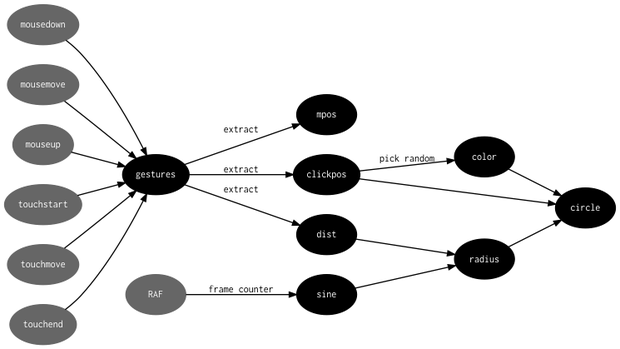
The Graphviz diagram assets/rs-dflow.png in thi-ng/umbrella, before a commit. Its source is kept beside it as assets/rs-dflow.dot.
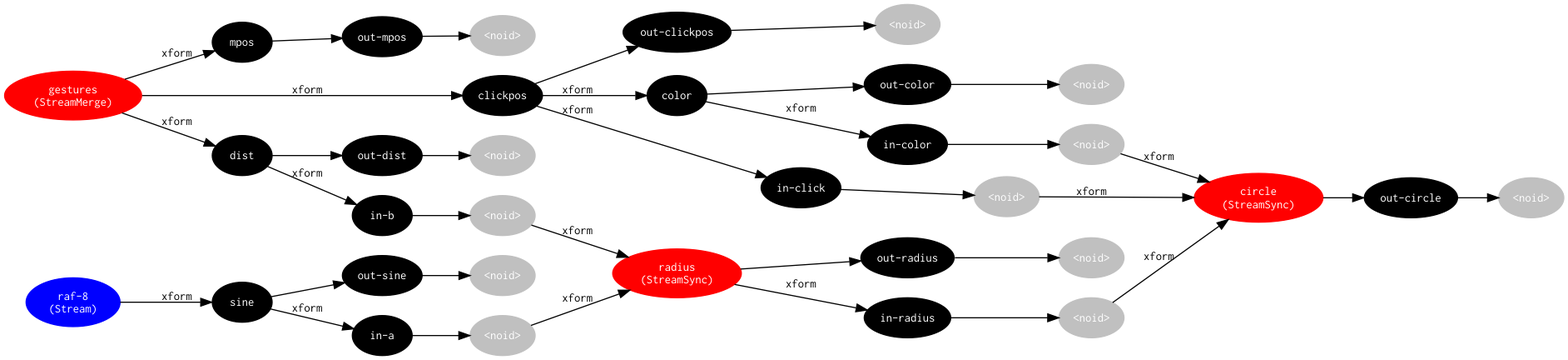
Later version of the same file.

Commit message:
docs(examples): update rs-dlow diagram & readme

Diff of the diagram source:
```diff
@@ -1,36 +1,72 @@
 digraph g {
-
-    rankdir=LR;
-    node[fontname=Inconsolata,fontsize=9,fontcolor=white,style=filled,color=black];
-    edge[fontname=Inconsolata,fontsize=9,arrowsize=0.66];
-
-    mousedown -> gestures;
-    mousemove -> gestures;
-    mouseup -> gestures;
-    touchstart -> gestures;
-    touchmove -> gestures;
-    touchend -> gestures;
-
-    gestures -> mpos[label=extract];
-    gestures -> clickpos[label=extract];
-    gestures -> dist[label=extract];
-
-    clickpos -> color[label="pick random"];
-
-    clickpos -> circle;
-    radius -> circle;
-    color -> circle;
-
-    RAF -> sine[label="frame counter"];
-
-    sine -> radius;
-    dist -> radius;
-
-    mousedown[color="#666666"];
-    mousemove[color="#666666"];
-    mouseup[color="#666666"];
-    touchstart[color="#666666"];
-    touchmove[color="#666666"];
-    touchend[color="#666666"];
-    RAF[color="#666666"];
+rankdir=LR;
+node[fontname=Inconsolata,fontsize=11,style=filled,fontcolor=white];
+edge[fontname=Inconsolata,fontsize=11];
+s0[label="gestures\n(StreamMerge)", color=red];
+s1[label="mpos", color=black];
+s2[label="out-mpos", color=black];
+s3[label="<noid>", color=gray];
+s4[label="clickpos", color=black];
+s5[label="out-clickpos", color=black];
+s6[label="<noid>", color=gray];
+s7[label="color", color=black];
+s8[label="out-color", color=black];
+s9[label="<noid>", color=gray];
+s10[label="in-color", color=black];
+s11[label="<noid>", color=gray];
+s12[label="circle\n(StreamSync)", color=red];
+s13[label="out-circle", color=black];
+s14[label="<noid>", color=gray];
+s15[label="in-click", color=black];
+s16[label="<noid>", color=gray];
+s17[label="dist", color=black];
+s18[label="out-dist", color=black];
+s19[label="<noid>", color=gray];
+s20[label="in-b", color=black];
+s21[label="<noid>", color=gray];
+s22[label="radius\n(StreamSync)", color=red];
+s23[label="out-radius", color=black];
+s24[label="<noid>", color=gray];
+s25[label="in-radius", color=black];
+s26[label="<noid>", color=gray];
+s27[label="raf-8\n(Stream)", color=blue];
+s28[label="sine", color=black];
+s29[label="out-sine", color=black];
+s30[label="<noid>", color=gray];
+s31[label="in-a", color=black];
+s32[label="<noid>", color=gray];
+s2 -> s3;
+s1 -> s2;
+s5 -> s6;
+s8 -> s9;
+s13 -> s14;
+s12 -> s13;
+s11 -> s12[label="xform"];
+s10 -> s11;
+s7 -> s8;
+s7 -> s10[label="xform"];
+s16 -> s12[label="xform"];
+s15 -> s16;
+s4 -> s5;
+s4 -> s7[label="xform"];
+s4 -> s15[label="xform"];
+s18 -> s19;
+s23 -> s24;
+s26 -> s12[label="xform"];
+s25 -> s26;
+s22 -> s23;
+s22 -> s25[label="xform"];
+s21 -> s22[label="xform"];
+s20 -> s21;
+s17 -> s18;
+s17 -> s20[label="xform"];
+s0 -> s1[label="xform"];
+s0 -> s4[label="xform"];
+s0 -> s17[label="xform"];
+s29 -> s30;
+s32 -> s22[label="xform"];
+s31 -> s32;
+s28 -> s29;
+s28 -> s31[label="xform"];
+s27 -> s28[label="xform"];
 }
```
